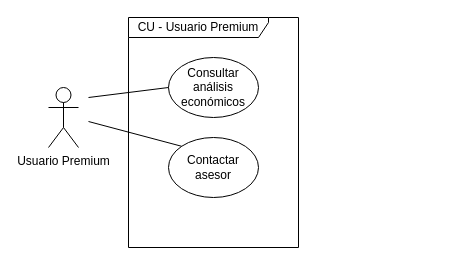
mvinzon/InversionActiva keeps this draw.io diagram as Casos de uso Usuario Premium.drawio. Above is the earlier version. Source tidied: cells renumbered, new cells numbered last; positions are measured from the earlier drawing's top-left corner, leaving out a move shared by most shapes. Both pictures are drawn from the tidied source at 100%, with x=0, y=0 at pixel (48, 17).
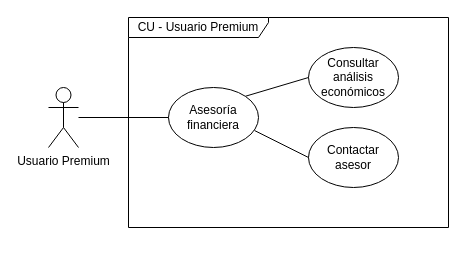
After the change.

Diff of the diagram source:
```diff
@@
 <mxGraphModel background="#ffffff">
   <root>
     <mxCell id="0" />
     <mxCell id="1" parent="0" />
     <mxCell id="2" value="CU - Usuario Premium" style="shape=umlFrame;whiteSpace=wrap;html=1;width=140;height=20;swimlaneFillColor=none;" parent="1" vertex="1">
-      <mxGeometry x="80" width="170" height="230" as="geometry" />
+      <mxGeometry x="80" width="320" height="210" as="geometry" />
     </mxCell>
     <mxCell id="3" value="Usuario Premium" style="shape=umlActor;verticalLabelPosition=bottom;verticalAlign=top;html=1;" parent="1" vertex="1">
       <mxGeometry y="70" width="30" height="60" as="geometry" />
     </mxCell>
     <mxCell id="4" value="Consultar análisis económicos" style="ellipse;whiteSpace=wrap;html=1;strokeColor=#000000;fillColor=#ffffff;gradientColor=none;" parent="1" vertex="1">
-      <mxGeometry x="120" y="40" width="90" height="60" as="geometry" />
+      <mxGeometry x="260" y="30" width="90" height="60" as="geometry" />
     </mxCell>
     <mxCell id="5" value="Contactar asesor" style="ellipse;whiteSpace=wrap;html=1;strokeColor=#000000;fillColor=#ffffff;gradientColor=none;" parent="1" vertex="1">
-      <mxGeometry x="120" y="120" width="90" height="60" as="geometry" />
+      <mxGeometry x="260" y="110" width="90" height="60" as="geometry" />
     </mxCell>
-    <mxCell id="6" style="endArrow=none;html=1;entryX=0;entryY=0.5;entryDx=0;entryDy=0;" parent="1" edge="1" target="4">
-      <mxGeometry relative="1" as="geometry">
-        <mxPoint x="40" y="80" as="sourcePoint" />
-      </mxGeometry>
+    <mxCell id="6" style="endArrow=none;html=1;entryX=0;entryY=0.5;entryDx=0;entryDy=0;exitX=1;exitY=0;exitDx=0;exitDy=0;" parent="1" edge="1" source="8" target="4">
+      <mxGeometry relative="1" as="geometry" />
     </mxCell>
-    <mxCell id="7" style="endArrow=none;html=1;entryX=0;entryY=0;entryDx=0;entryDy=0;" parent="1" edge="1" target="5">
-      <mxGeometry relative="1" as="geometry">
-        <mxPoint x="40" y="104" as="sourcePoint" />
-      </mxGeometry>
+    <mxCell id="7" style="endArrow=none;html=1;entryX=0;entryY=0.5;entryDx=0;entryDy=0;exitX=0.956;exitY=0.717;exitDx=0;exitDy=0;exitPerimeter=0;" parent="1" edge="1" source="8" target="5">
+      <mxGeometry relative="1" as="geometry" />
     </mxCell>
+    <mxCell id="8" value="Asesoría financiera" style="ellipse;whiteSpace=wrap;html=1;strokeColor=#000000;fillColor=#ffffff;gradientColor=none;" parent="1" vertex="1">
+      <mxGeometry x="120" y="70" width="90" height="60" as="geometry" />
+    </mxCell>
+    <mxCell id="9" style="endArrow=none;html=1;shadow=0;entryX=0;entryY=0.5;entryDx=0;entryDy=0;" parent="1" edge="1" source="3" target="8">
+      <mxGeometry relative="1" as="geometry" />
+    </mxCell>
   </root>
 </mxGraphModel>
```
